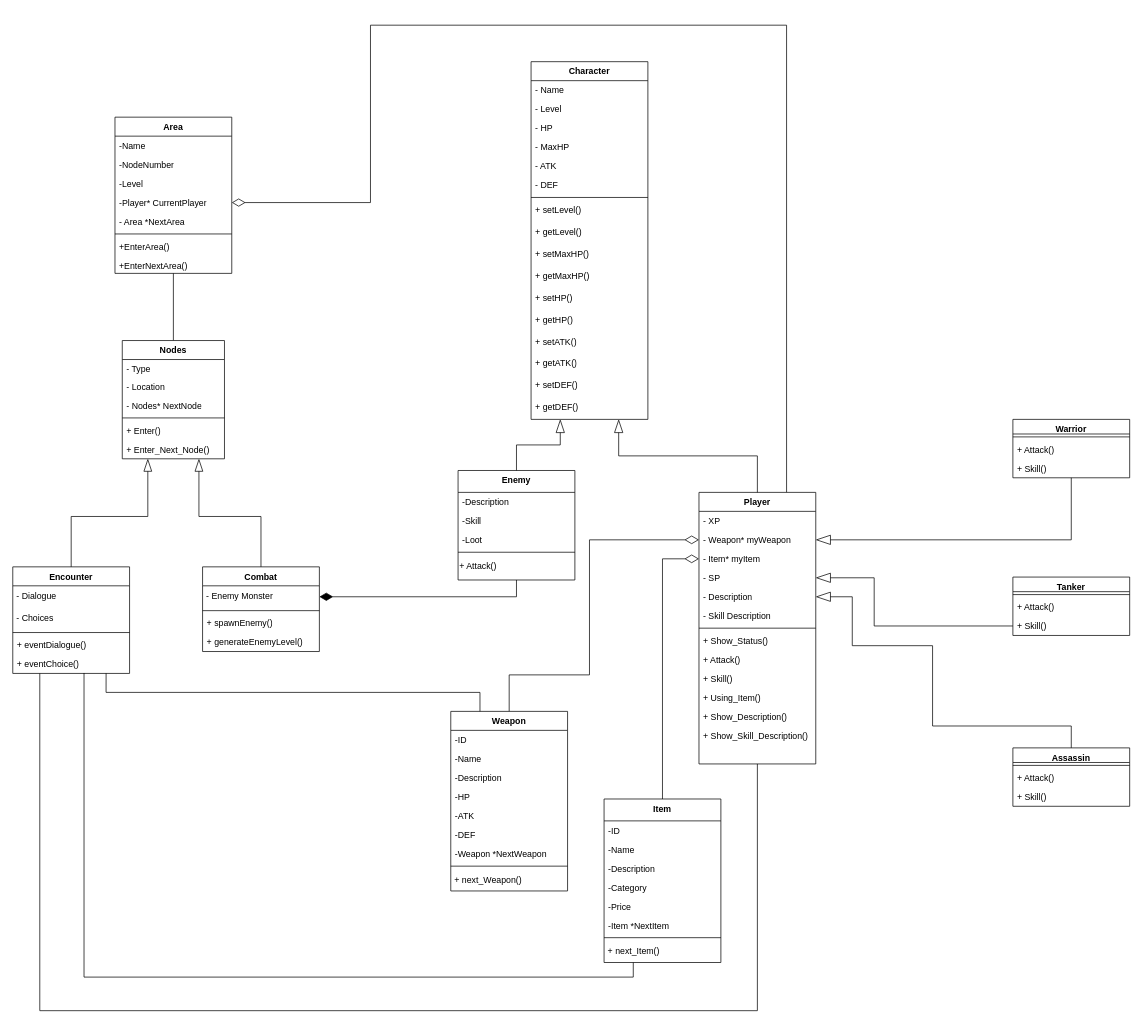
The draw.io diagram PBL2.drawio in hoanghuyhoc/PBL2, before the edit. Source tidied: cells renumbered, new cells numbered last; positions are measured from the earlier drawing's top-left corner, leaving out a move shared by most shapes. Both pictures are drawn from the tidied source at 73%, with x=0, y=0 at pixel (12, 25).
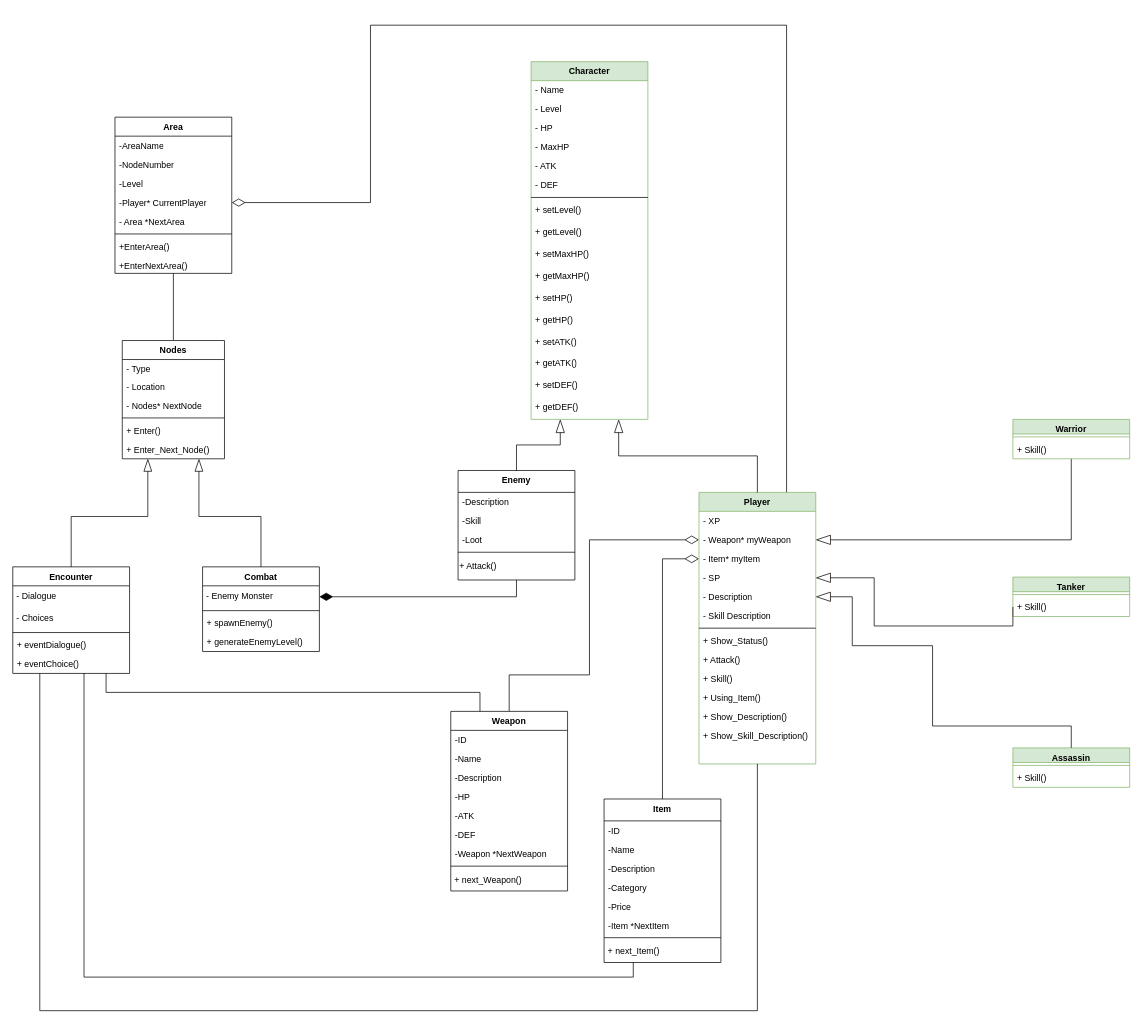
The same diagram, later.

The change refers to these unchanged cells:
```xml
<mxCell id="69" value="Area" style="swimlane;fontStyle=1;align=center;verticalAlign=top;horizontal=1;startSize=26;whiteSpace=wrap;html=1;" parent="1" vertex="1">
  <mxGeometry x="140" y="126" width="160" height="214" as="geometry" />
</mxCell>
```

Diff of the diagram source:
```diff
@@
-    <mxCell id="2" value="Character" style="swimlane;fontStyle=1;align=center;verticalAlign=top;horizontal=1;startSize=26;rounded=0;shadow=0;strokeWidth=1;" parent="1" vertex="1">
+    <mxCell id="2" value="Character" style="swimlane;fontStyle=1;align=center;verticalAlign=top;horizontal=1;startSize=26;rounded=0;shadow=0;strokeWidth=1;fillColor=#d5e8d4;strokeColor=#82b366;" parent="1" vertex="1">
       <mxGeometry x="710" y="50" width="160" height="490" as="geometry" />
     </mxCell>
@@
-    <mxCell id="21" value="Player" style="swimlane;fontStyle=1;align=center;verticalAlign=top;horizontal=1;startSize=26;rounded=0;shadow=0;strokeWidth=1;" parent="1" vertex="1">
+    <mxCell id="21" value="Player" style="swimlane;fontStyle=1;align=center;verticalAlign=top;horizontal=1;startSize=26;rounded=0;shadow=0;strokeWidth=1;fillColor=#d5e8d4;strokeColor=#82b366;" parent="1" vertex="1">
       <mxGeometry x="940" y="640" width="160" height="372" as="geometry" />
     </mxCell>
@@
-    <mxCell id="65" value="Warrior" style="swimlane;fontStyle=1;align=center;verticalAlign=top;horizontal=1;startSize=20;whiteSpace=wrap;html=1;" parent="1" vertex="1">
-      <mxGeometry x="1370" y="540" width="160" height="80" as="geometry" />
+    <mxCell id="65" value="Warrior" style="swimlane;fontStyle=1;align=center;verticalAlign=top;horizontal=1;startSize=20;whiteSpace=wrap;html=1;fillColor=#d5e8d4;strokeColor=#82b366;" parent="1" vertex="1">
+      <mxGeometry x="1370" y="540" width="160" height="54" as="geometry" />
     </mxCell>
@@
-    <mxCell id="67" value="+ Attack()" style="text;strokeColor=none;fillColor=none;align=left;verticalAlign=top;spacingLeft=4;spacingRight=4;overflow=hidden;whiteSpace=wrap;html=1;" parent="65" vertex="1">
-      <mxGeometry y="28" width="160" height="26" as="geometry" />
-    </mxCell>
     <mxCell id="68" value="+ Skill()" style="text;strokeColor=none;fillColor=none;align=left;verticalAlign=top;spacingLeft=4;spacingRight=4;overflow=hidden;whiteSpace=wrap;html=1;" parent="65" vertex="1">
-      <mxGeometry y="54" width="160" height="26" as="geometry" />
+      <mxGeometry y="28" width="160" height="26" as="geometry" />
     </mxCell>
@@
-    <mxCell id="70" value="-Name" style="text;strokeColor=none;fillColor=none;align=left;verticalAlign=top;spacingLeft=4;spacingRight=4;overflow=hidden;whiteSpace=wrap;html=1;" parent="69" vertex="1">
+    <mxCell id="70" value="-AreaName" style="text;strokeColor=none;fillColor=none;align=left;verticalAlign=top;spacingLeft=4;spacingRight=4;overflow=hidden;whiteSpace=wrap;html=1;" parent="69" vertex="1">
       <mxGeometry y="26" width="160" height="26" as="geometry" />
     </mxCell>
@@
-    <mxCell id="78" value="Tanker" style="swimlane;fontStyle=1;align=center;verticalAlign=top;horizontal=1;startSize=20;whiteSpace=wrap;html=1;" parent="1" vertex="1">
-      <mxGeometry x="1370" y="756" width="160" height="80" as="geometry" />
+    <mxCell id="78" value="Tanker" style="swimlane;fontStyle=1;align=center;verticalAlign=top;horizontal=1;startSize=20;whiteSpace=wrap;html=1;fillColor=#d5e8d4;strokeColor=#82b366;" parent="1" vertex="1">
+      <mxGeometry x="1370" y="756" width="160" height="54" as="geometry" />
     </mxCell>
@@
-    <mxCell id="80" value="+ Attack()" style="text;strokeColor=none;fillColor=none;align=left;verticalAlign=top;spacingLeft=4;spacingRight=4;overflow=hidden;whiteSpace=wrap;html=1;" parent="78" vertex="1">
-      <mxGeometry y="28" width="160" height="26" as="geometry" />
-    </mxCell>
     <mxCell id="81" value="+ Skill()" style="text;strokeColor=none;fillColor=none;align=left;verticalAlign=top;spacingLeft=4;spacingRight=4;overflow=hidden;points=[[0,0.5],[1,0.5]];portConstraint=eastwest;whiteSpace=wrap;html=1;" parent="78" vertex="1">
-      <mxGeometry y="54" width="160" height="26" as="geometry" />
+      <mxGeometry y="28" width="160" height="26" as="geometry" />
     </mxCell>
-    <mxCell id="82" value="Assassin" style="swimlane;fontStyle=1;align=center;verticalAlign=top;horizontal=1;startSize=20;whiteSpace=wrap;html=1;" parent="1" vertex="1">
-      <mxGeometry x="1370" y="990" width="160" height="80" as="geometry" />
+    <mxCell id="82" value="Assassin" style="swimlane;fontStyle=1;align=center;verticalAlign=top;horizontal=1;startSize=20;whiteSpace=wrap;html=1;fillColor=#d5e8d4;strokeColor=#82b366;" parent="1" vertex="1">
+      <mxGeometry x="1370" y="990" width="160" height="54" as="geometry" />
     </mxCell>
@@
-    <mxCell id="84" value="+ Attack()" style="text;strokeColor=none;fillColor=none;align=left;verticalAlign=top;spacingLeft=4;spacingRight=4;overflow=hidden;whiteSpace=wrap;html=1;" parent="82" vertex="1">
-      <mxGeometry y="28" width="160" height="26" as="geometry" />
-    </mxCell>
     <mxCell id="85" value="+ Skill()" style="text;strokeColor=none;fillColor=none;align=left;verticalAlign=top;spacingLeft=4;spacingRight=4;overflow=hidden;whiteSpace=wrap;html=1;" parent="82" vertex="1">
-      <mxGeometry y="54" width="160" height="26" as="geometry" />
+      <mxGeometry y="28" width="160" height="26" as="geometry" />
     </mxCell>
```
